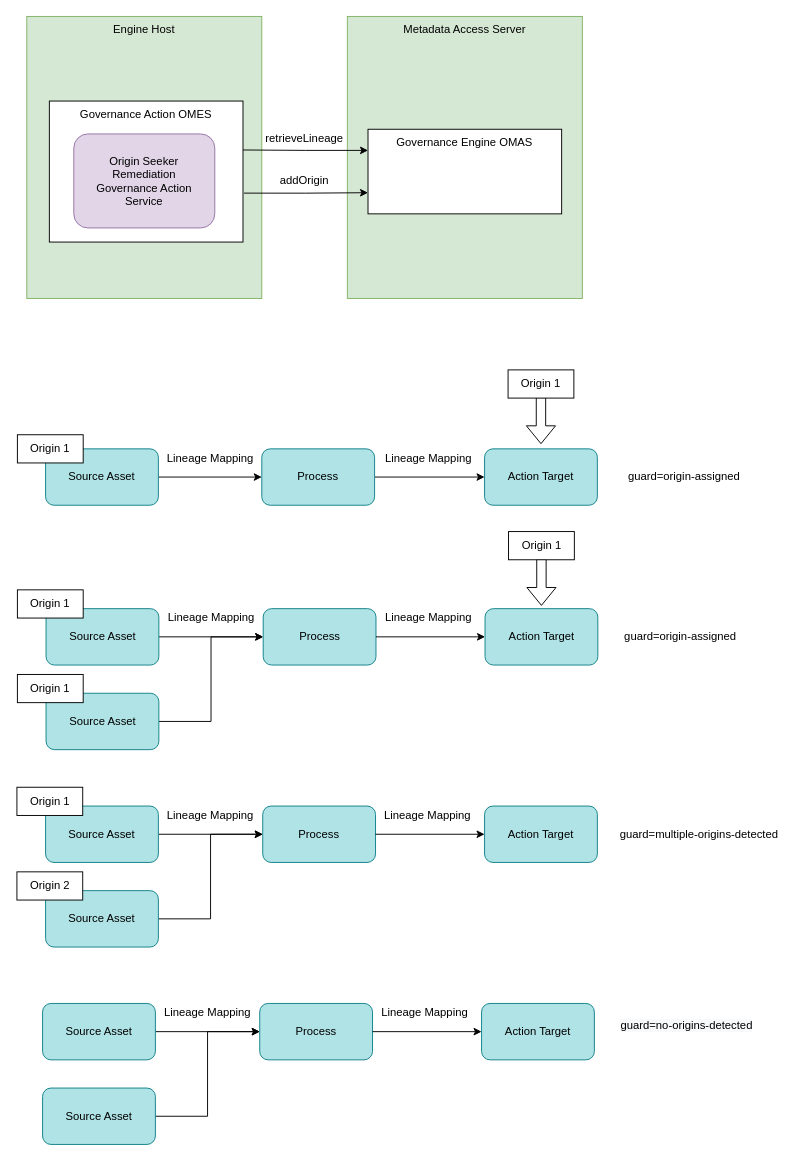
The draw.io diagram page "origin-seeker-remediation-governance-action-service" (18 of 26) of site/docs/connectors/connector-catalog.drawio in odpi/egeria-docs, before the edit. Source tidied: cells renumbered, new cells numbered last; positions are measured from the earlier drawing's top-left corner, leaving out a move shared by most shapes. Both pictures are drawn from the tidied source at 94%, with x=0, y=0 at pixel (17, 16).
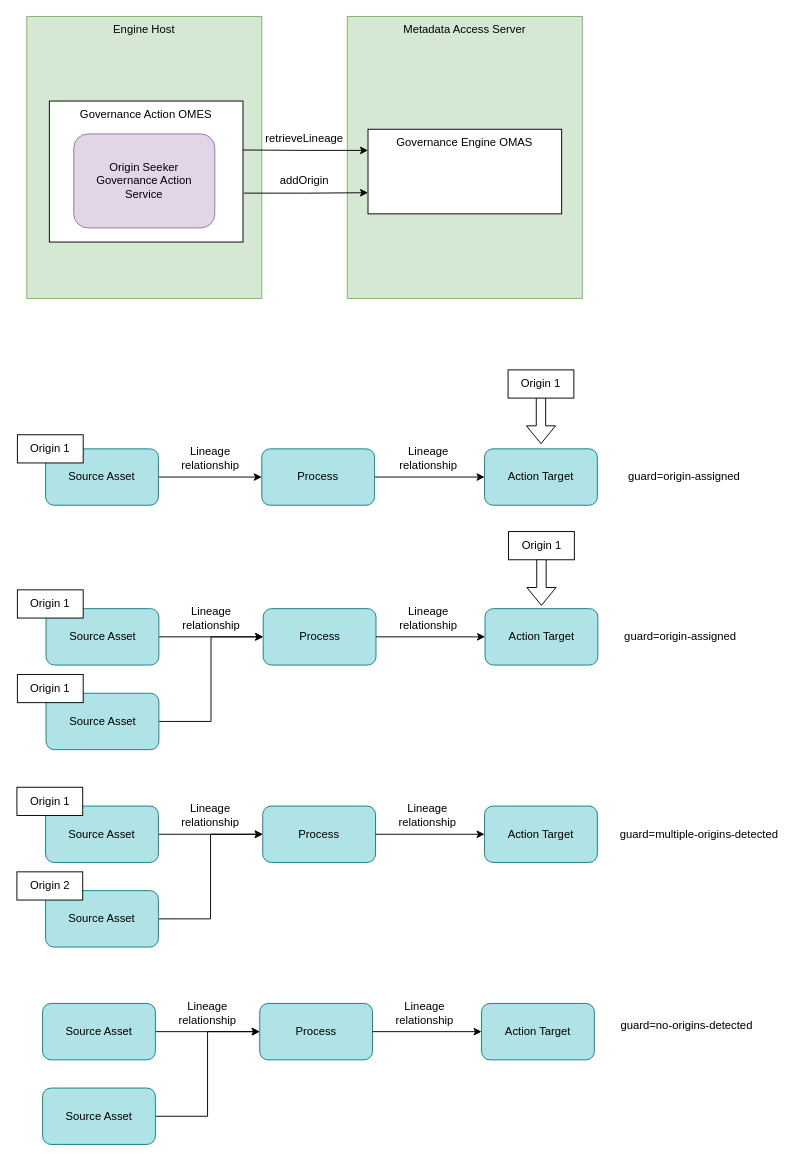
Above is the later version.

Change to the diagram source:
```diff
@@
-    <mxCell id="9" value="Origin Seeker&lt;br&gt;Remediation&lt;br&gt;Governance Action&lt;br&gt;Service" style="rounded=1;whiteSpace=wrap;html=1;fillColor=#e1d5e7;strokeColor=#9673a6;" parent="1" vertex="1">
+    <mxCell id="9" value="Origin Seeker&lt;br&gt;Governance Action&lt;br&gt;Service" style="rounded=1;whiteSpace=wrap;html=1;fillColor=#e1d5e7;strokeColor=#9673a6;" parent="1" vertex="1">
       <mxGeometry x="60" y="125" width="150" height="100" as="geometry" />
     </mxCell>
@@
-    <mxCell id="28" value="Lineage Mapping" style="text;html=1;align=center;verticalAlign=middle;" parent="1" vertex="1">
-      <mxGeometry x="150" y="460" width="110" height="20" as="geometry" />
+    <mxCell id="28" value="Lineage&lt;br&gt;relationship" style="text;html=1;align=center;verticalAlign=middle;" parent="1" vertex="1">
+      <mxGeometry x="165" y="450" width="80" height="40" as="geometry" />
     </mxCell>
-    <mxCell id="29" value="Lineage Mapping" style="text;html=1;align=center;verticalAlign=middle;" parent="1" vertex="1">
-      <mxGeometry x="381.5" y="460" width="110" height="20" as="geometry" />
+    <mxCell id="29" value="Lineage&lt;br style=&quot;border-color: var(--border-color);&quot;&gt;relationship" style="text;html=1;align=center;verticalAlign=middle;" parent="1" vertex="1">
+      <mxGeometry x="396.5" y="450" width="80" height="40" as="geometry" />
     </mxCell>
-    <mxCell id="30" value="Lineage Mapping" style="text;html=1;align=center;verticalAlign=middle;" parent="1" vertex="1">
-      <mxGeometry x="150.5" y="630" width="110" height="20" as="geometry" />
+    <mxCell id="30" value="Lineage&lt;br style=&quot;border-color: var(--border-color);&quot;&gt;relationship" style="text;html=1;align=center;verticalAlign=middle;" parent="1" vertex="1">
+      <mxGeometry x="165.5" y="620" width="80" height="40" as="geometry" />
     </mxCell>
-    <mxCell id="31" value="Lineage Mapping" style="text;html=1;align=center;verticalAlign=middle;" parent="1" vertex="1">
-      <mxGeometry x="381.5" y="630" width="110" height="20" as="geometry" />
+    <mxCell id="31" value="Lineage&lt;br style=&quot;border-color: var(--border-color);&quot;&gt;relationship" style="text;html=1;align=center;verticalAlign=middle;" parent="1" vertex="1">
+      <mxGeometry x="396.5" y="620" width="80" height="40" as="geometry" />
     </mxCell>
@@
-    <mxCell id="44" value="Lineage Mapping" style="text;html=1;align=center;verticalAlign=middle;" parent="1" vertex="1">
-      <mxGeometry x="150" y="840" width="110" height="20" as="geometry" />
+    <mxCell id="44" value="Lineage&lt;br style=&quot;border-color: var(--border-color);&quot;&gt;relationship" style="text;html=1;align=center;verticalAlign=middle;" parent="1" vertex="1">
+      <mxGeometry x="165" y="830" width="80" height="40" as="geometry" />
     </mxCell>
-    <mxCell id="45" value="Lineage Mapping" style="text;html=1;align=center;verticalAlign=middle;" parent="1" vertex="1">
-      <mxGeometry x="381" y="840" width="110" height="20" as="geometry" />
+    <mxCell id="45" value="Lineage&lt;br style=&quot;border-color: var(--border-color);&quot;&gt;relationship" style="text;html=1;align=center;verticalAlign=middle;" parent="1" vertex="1">
+      <mxGeometry x="396" y="830" width="80" height="40" as="geometry" />
     </mxCell>
@@
-    <mxCell id="58" value="Lineage Mapping" style="text;html=1;align=center;verticalAlign=middle;" parent="1" vertex="1">
-      <mxGeometry x="146.8" y="1050" width="110" height="20" as="geometry" />
+    <mxCell id="58" value="Lineage&lt;br style=&quot;border-color: var(--border-color);&quot;&gt;relationship" style="text;html=1;align=center;verticalAlign=middle;" parent="1" vertex="1">
+      <mxGeometry x="161.8" y="1040" width="80" height="40" as="geometry" />
     </mxCell>
-    <mxCell id="59" value="Lineage Mapping" style="text;html=1;align=center;verticalAlign=middle;" parent="1" vertex="1">
-      <mxGeometry x="377.8" y="1050" width="110" height="20" as="geometry" />
+    <mxCell id="59" value="Lineage&lt;br style=&quot;border-color: var(--border-color);&quot;&gt;relationship" style="text;html=1;align=center;verticalAlign=middle;" parent="1" vertex="1">
+      <mxGeometry x="392.8" y="1040" width="80" height="40" as="geometry" />
     </mxCell>
```
